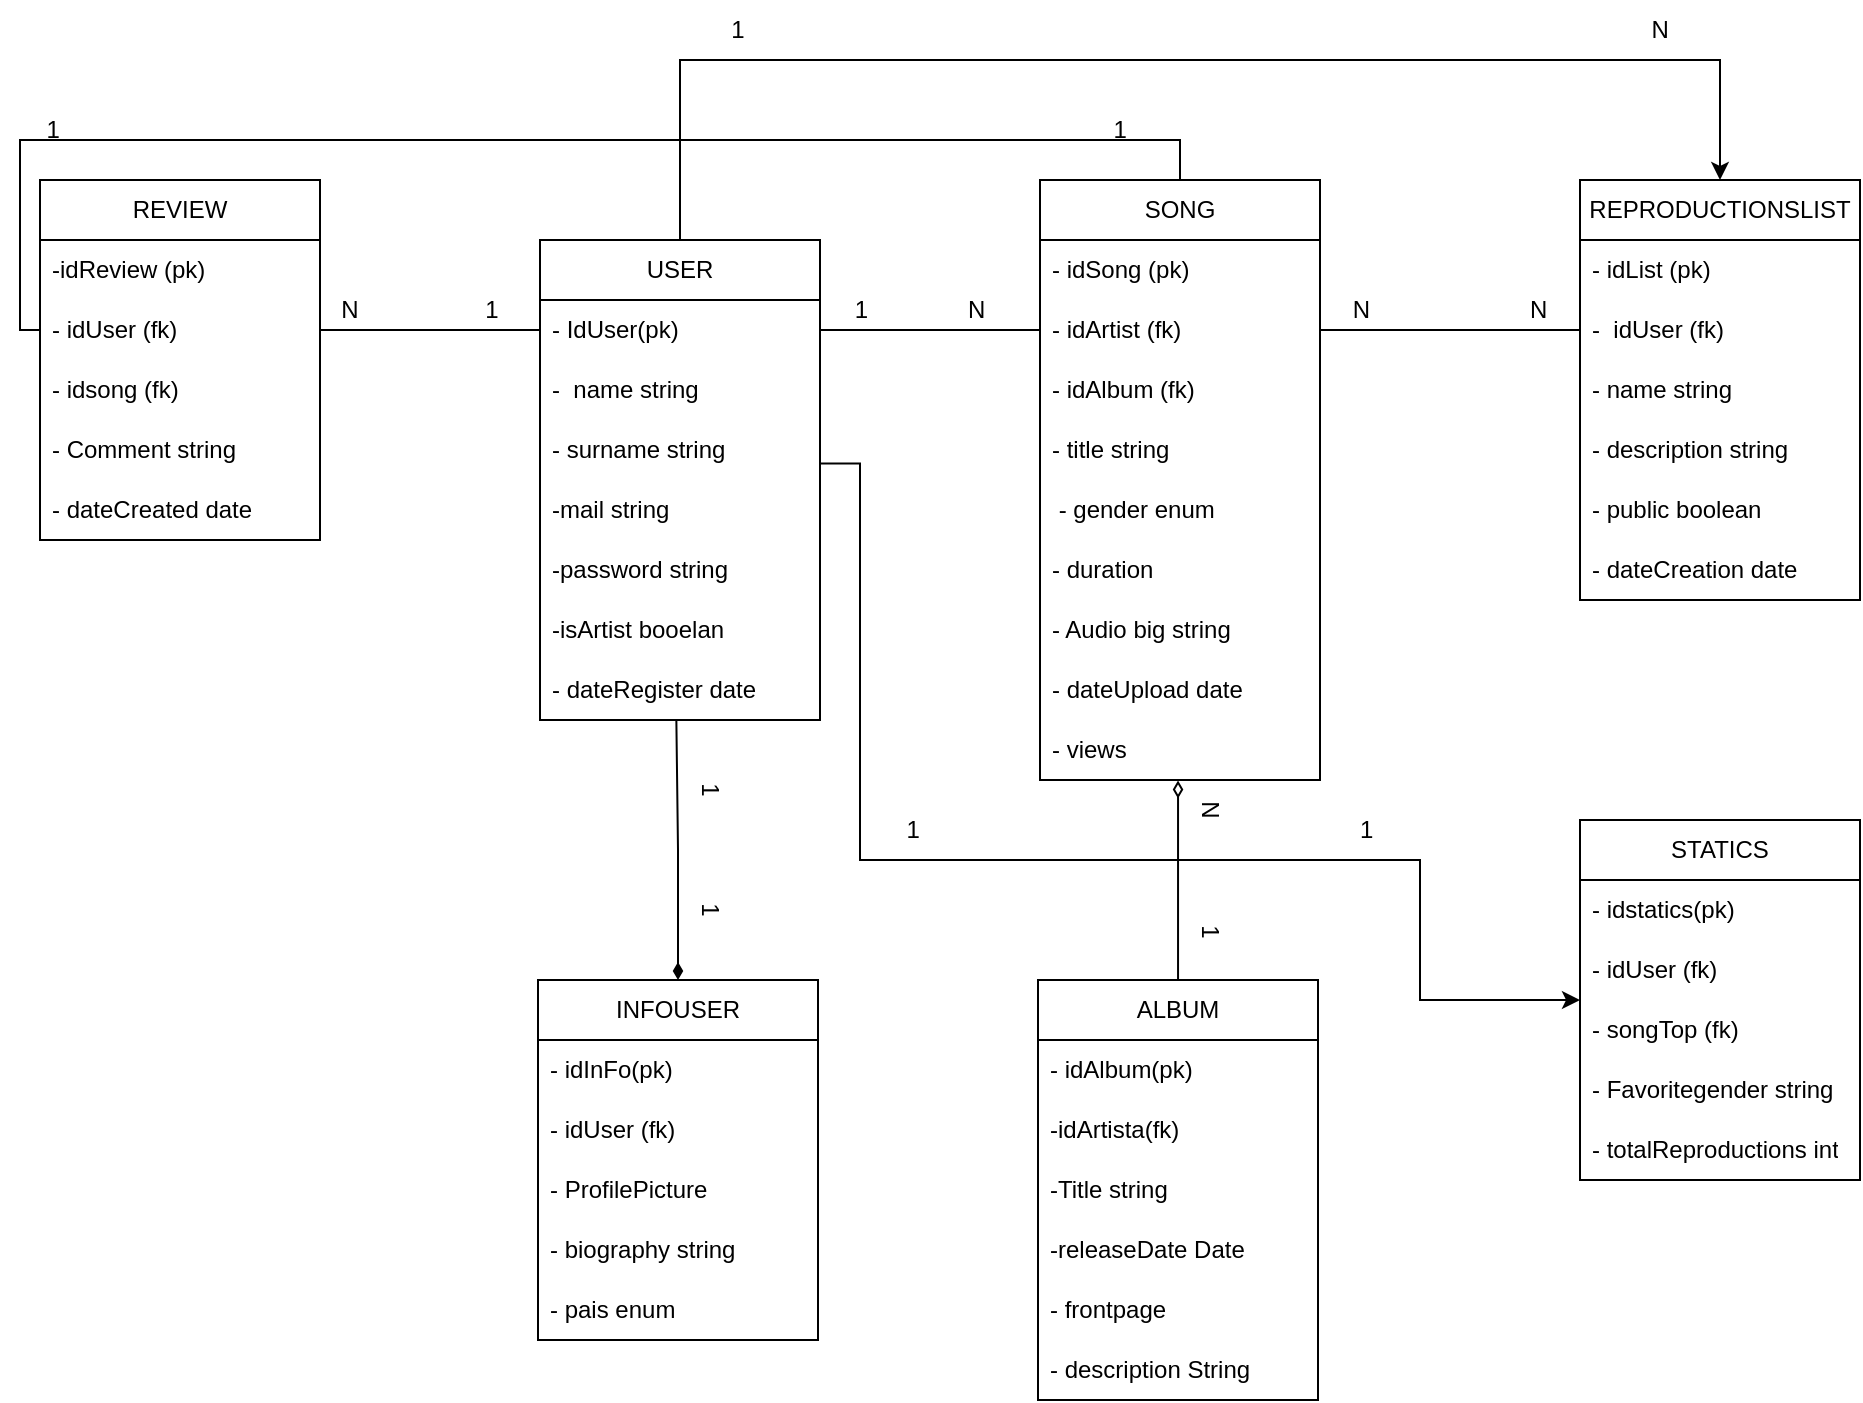
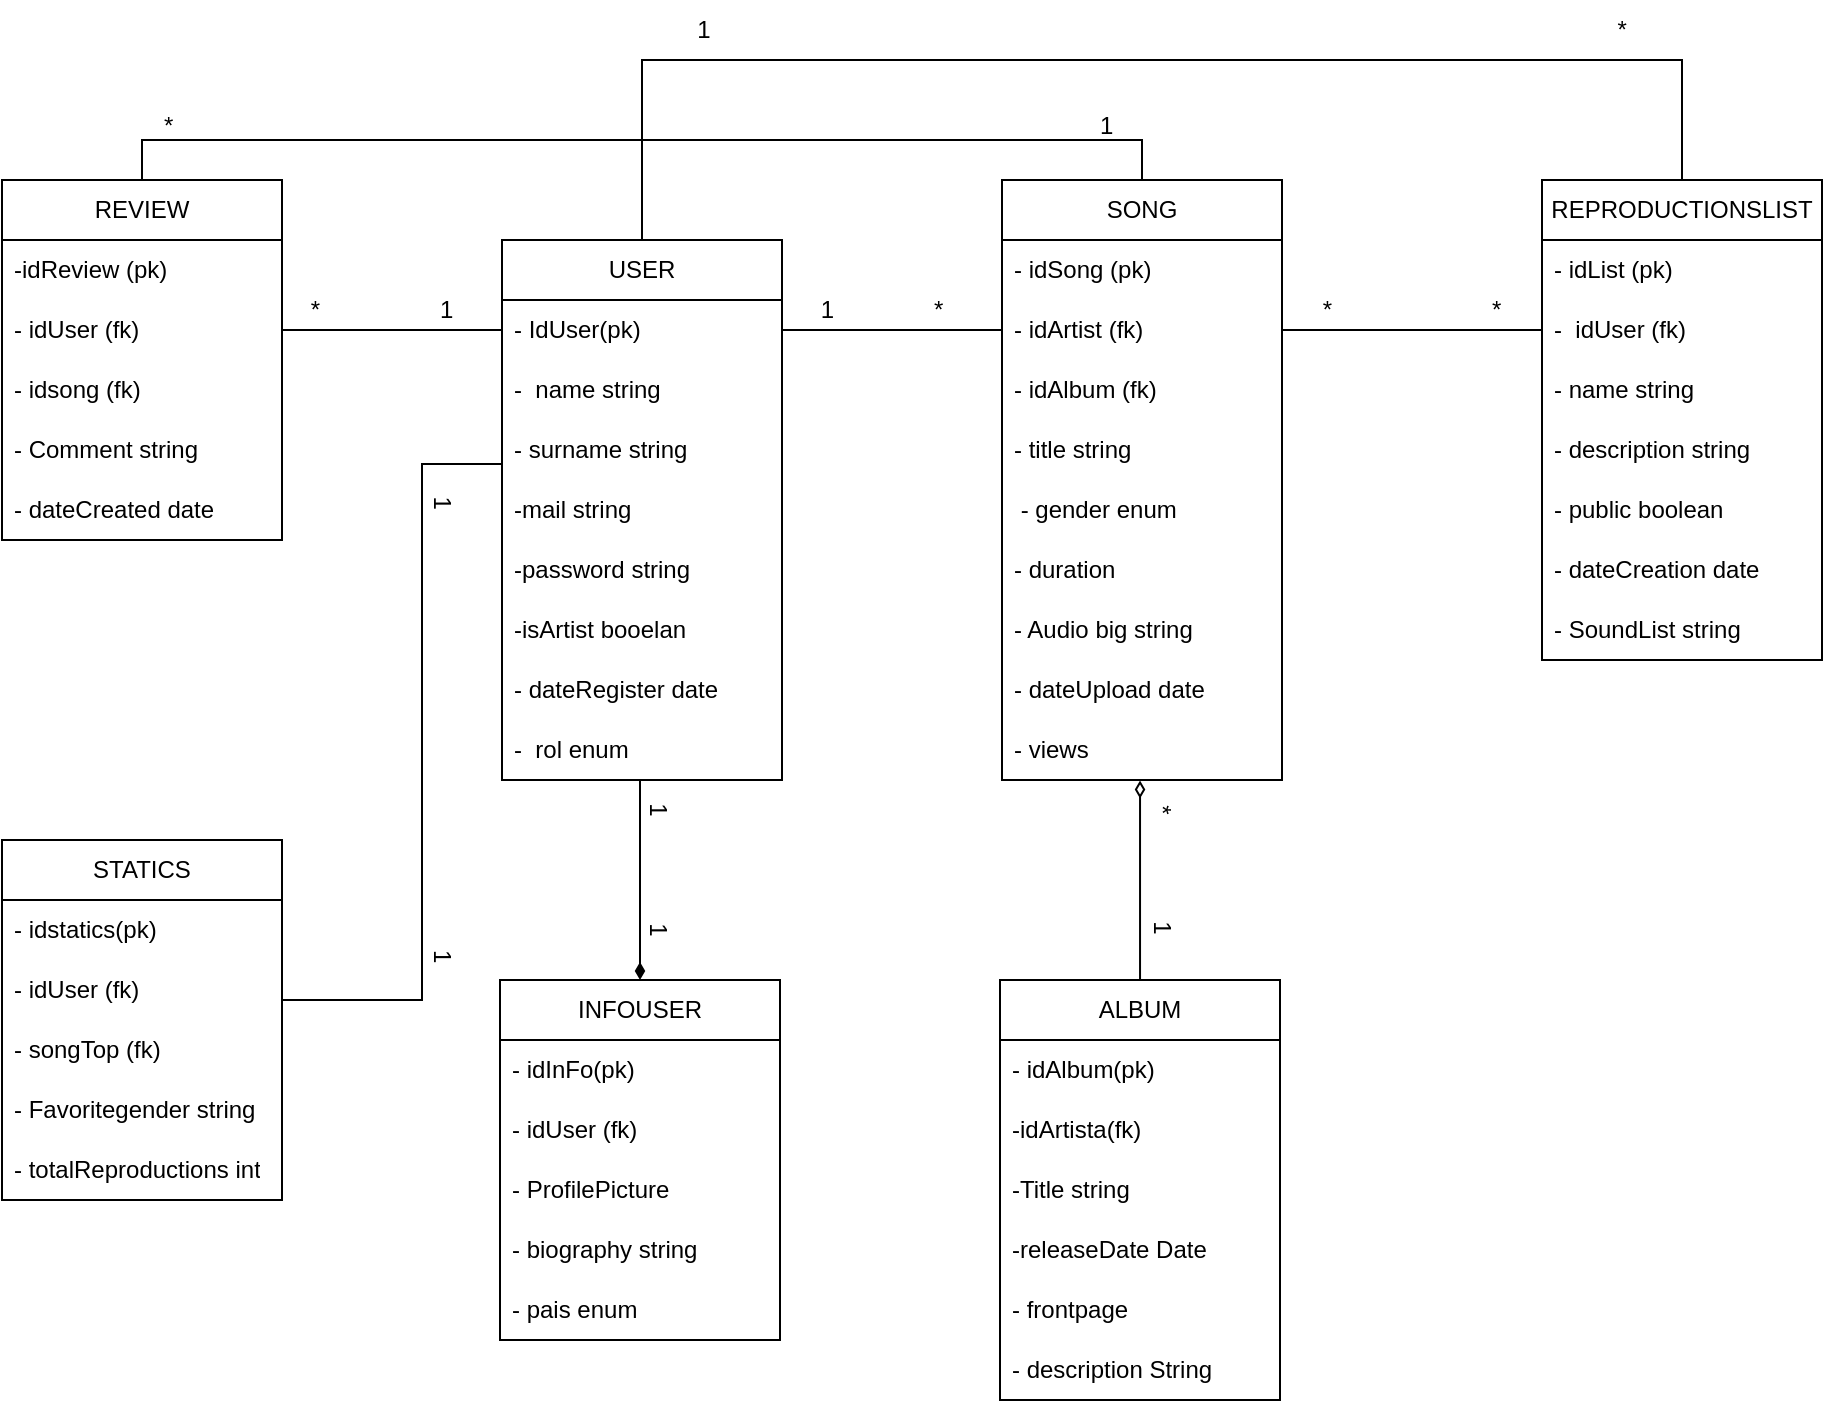
<mxfile host="app.diagrams.net">
  <diagram name="Página-1" id="IFowCD6b-9v4pJWhxhe2">
-     <mxGraphModel dx="3055" dy="2323" grid="1" gridSize="10" guides="1" tooltips="1" connect="1" arrows="1" fold="1" page="1" pageScale="1" pageWidth="827" pageHeight="1169" math="0" shadow="0">
+     <mxGraphModel dx="2405" dy="1987" grid="1" gridSize="10" guides="1" tooltips="1" connect="1" arrows="1" fold="1" page="1" pageScale="1" pageWidth="827" pageHeight="1169" math="0" shadow="0">
      <root>
        <mxCell id="0" />
        <mxCell id="1" parent="0" />
-         <mxCell id="3_5nxueGWUal9s6jtsgR-3" edge="1" parent="1" source="vSDs07a0KQLIDE2VfkgZ-1" style="edgeStyle=orthogonalEdgeStyle;rounded=0;orthogonalLoop=1;jettySize=auto;html=1;entryX=0.5;entryY=0;entryDx=0;entryDy=0;" target="vSDs07a0KQLIDE2VfkgZ-9">
+         <mxCell id="3_5nxueGWUal9s6jtsgR-3" edge="1" parent="1" source="vSDs07a0KQLIDE2VfkgZ-1" style="edgeStyle=orthogonalEdgeStyle;rounded=0;orthogonalLoop=1;jettySize=auto;html=1;entryX=0.5;entryY=0;entryDx=0;entryDy=0;endArrow=none;endFill=0;" target="vSDs07a0KQLIDE2VfkgZ-9">
          <mxGeometry relative="1" as="geometry">
            <Array as="points">
              <mxPoint x="110" y="-30" />
              <mxPoint x="630" y="-30" />
            </Array>
          </mxGeometry>
        </mxCell>
        <mxCell id="vSDs07a0KQLIDE2VfkgZ-1" parent="1" style="swimlane;fontStyle=0;childLayout=stackLayout;horizontal=1;startSize=30;horizontalStack=0;resizeParent=1;resizeParentMax=0;resizeLast=0;collapsible=1;marginBottom=0;whiteSpace=wrap;html=1;" value="USER" vertex="1">
-           <mxGeometry height="240" width="140" x="40" y="60" as="geometry" />
+           <mxGeometry height="270" width="140" x="40" y="60" as="geometry" />
        </mxCell>
        <mxCell id="vSDs07a0KQLIDE2VfkgZ-2" parent="vSDs07a0KQLIDE2VfkgZ-1" style="text;strokeColor=none;fillColor=none;align=left;verticalAlign=middle;spacingLeft=4;spacingRight=4;overflow=hidden;points=[[0,0.5],[1,0.5]];portConstraint=eastwest;rotatable=0;whiteSpace=wrap;html=1;" value="- IdUser(pk)" vertex="1">
          <mxGeometry height="30" width="140" y="30" as="geometry" />
        </mxCell>
        <mxCell id="vSDs07a0KQLIDE2VfkgZ-3" parent="vSDs07a0KQLIDE2VfkgZ-1" style="text;strokeColor=none;fillColor=none;align=left;verticalAlign=middle;spacingLeft=4;spacingRight=4;overflow=hidden;points=[[0,0.5],[1,0.5]];portConstraint=eastwest;rotatable=0;whiteSpace=wrap;html=1;" value="-&amp;nbsp; name string" vertex="1">
          <mxGeometry height="30" width="140" y="60" as="geometry" />
        </mxCell>
        <mxCell id="vSDs07a0KQLIDE2VfkgZ-4" parent="vSDs07a0KQLIDE2VfkgZ-1" style="text;strokeColor=none;fillColor=none;align=left;verticalAlign=middle;spacingLeft=4;spacingRight=4;overflow=hidden;points=[[0,0.5],[1,0.5]];portConstraint=eastwest;rotatable=0;whiteSpace=wrap;html=1;" value="- surname string" vertex="1">
          <mxGeometry height="30" width="140" y="90" as="geometry" />
        </mxCell>
        <mxCell id="vSDs07a0KQLIDE2VfkgZ-17" parent="vSDs07a0KQLIDE2VfkgZ-1" style="text;strokeColor=none;fillColor=none;align=left;verticalAlign=middle;spacingLeft=4;spacingRight=4;overflow=hidden;points=[[0,0.5],[1,0.5]];portConstraint=eastwest;rotatable=0;whiteSpace=wrap;html=1;" value="-mail string" vertex="1">
          <mxGeometry height="30" width="140" y="120" as="geometry" />
        </mxCell>
        <mxCell id="vSDs07a0KQLIDE2VfkgZ-18" parent="vSDs07a0KQLIDE2VfkgZ-1" style="text;strokeColor=none;fillColor=none;align=left;verticalAlign=middle;spacingLeft=4;spacingRight=4;overflow=hidden;points=[[0,0.5],[1,0.5]];portConstraint=eastwest;rotatable=0;whiteSpace=wrap;html=1;" value="-password string" vertex="1">
          <mxGeometry height="30" width="140" y="150" as="geometry" />
        </mxCell>
        <mxCell id="vSDs07a0KQLIDE2VfkgZ-19" parent="vSDs07a0KQLIDE2VfkgZ-1" style="text;strokeColor=none;fillColor=none;align=left;verticalAlign=middle;spacingLeft=4;spacingRight=4;overflow=hidden;points=[[0,0.5],[1,0.5]];portConstraint=eastwest;rotatable=0;whiteSpace=wrap;html=1;" value="-isArtist booelan" vertex="1">
          <mxGeometry height="30" width="140" y="180" as="geometry" />
        </mxCell>
        <mxCell id="vSDs07a0KQLIDE2VfkgZ-20" parent="vSDs07a0KQLIDE2VfkgZ-1" style="text;strokeColor=none;fillColor=none;align=left;verticalAlign=middle;spacingLeft=4;spacingRight=4;overflow=hidden;points=[[0,0.5],[1,0.5]];portConstraint=eastwest;rotatable=0;whiteSpace=wrap;html=1;" value="- dateRegister date" vertex="1">
          <mxGeometry height="30" width="140" y="210" as="geometry" />
        </mxCell>
+         <mxCell id="3_5nxueGWUal9s6jtsgR-13" parent="vSDs07a0KQLIDE2VfkgZ-1" style="text;strokeColor=none;fillColor=none;align=left;verticalAlign=middle;spacingLeft=4;spacingRight=4;overflow=hidden;points=[[0,0.5],[1,0.5]];portConstraint=eastwest;rotatable=0;whiteSpace=wrap;html=1;" value="-&amp;nbsp; rol enum" vertex="1">
+           <mxGeometry height="30" width="140" y="240" as="geometry" />
+         </mxCell>
        <mxCell id="vSDs07a0KQLIDE2VfkgZ-5" parent="1" style="swimlane;fontStyle=0;childLayout=stackLayout;horizontal=1;startSize=30;horizontalStack=0;resizeParent=1;resizeParentMax=0;resizeLast=0;collapsible=1;marginBottom=0;whiteSpace=wrap;html=1;" value="STATICS" vertex="1">
-           <mxGeometry height="180" width="140" x="560" y="350" as="geometry" />
+           <mxGeometry height="180" width="140" x="-210" y="360" as="geometry" />
        </mxCell>
        <mxCell id="vSDs07a0KQLIDE2VfkgZ-6" parent="vSDs07a0KQLIDE2VfkgZ-5" style="text;strokeColor=none;fillColor=none;align=left;verticalAlign=middle;spacingLeft=4;spacingRight=4;overflow=hidden;points=[[0,0.5],[1,0.5]];portConstraint=eastwest;rotatable=0;whiteSpace=wrap;html=1;" value="- idstatics(pk)" vertex="1">
          <mxGeometry height="30" width="140" y="30" as="geometry" />
        </mxCell>
        <mxCell id="vSDs07a0KQLIDE2VfkgZ-7" parent="vSDs07a0KQLIDE2VfkgZ-5" style="text;strokeColor=none;fillColor=none;align=left;verticalAlign=middle;spacingLeft=4;spacingRight=4;overflow=hidden;points=[[0,0.5],[1,0.5]];portConstraint=eastwest;rotatable=0;whiteSpace=wrap;html=1;" value="- idUser (fk)" vertex="1">
          <mxGeometry height="30" width="140" y="60" as="geometry" />
        </mxCell>
        <mxCell id="vSDs07a0KQLIDE2VfkgZ-8" parent="vSDs07a0KQLIDE2VfkgZ-5" style="text;strokeColor=none;fillColor=none;align=left;verticalAlign=middle;spacingLeft=4;spacingRight=4;overflow=hidden;points=[[0,0.5],[1,0.5]];portConstraint=eastwest;rotatable=0;whiteSpace=wrap;html=1;" value="- songTop (fk)" vertex="1">
          <mxGeometry height="30" width="140" y="90" as="geometry" />
        </mxCell>
        <mxCell id="vSDs07a0KQLIDE2VfkgZ-49" parent="vSDs07a0KQLIDE2VfkgZ-5" style="text;strokeColor=none;fillColor=none;align=left;verticalAlign=middle;spacingLeft=4;spacingRight=4;overflow=hidden;points=[[0,0.5],[1,0.5]];portConstraint=eastwest;rotatable=0;whiteSpace=wrap;html=1;" value="- Favoritegender string" vertex="1">
          <mxGeometry height="30" width="140" y="120" as="geometry" />
        </mxCell>
        <mxCell id="vSDs07a0KQLIDE2VfkgZ-50" parent="vSDs07a0KQLIDE2VfkgZ-5" style="text;strokeColor=none;fillColor=none;align=left;verticalAlign=middle;spacingLeft=4;spacingRight=4;overflow=hidden;points=[[0,0.5],[1,0.5]];portConstraint=eastwest;rotatable=0;whiteSpace=wrap;html=1;" value="- totalReproductions int" vertex="1">
          <mxGeometry height="30" width="140" y="150" as="geometry" />
        </mxCell>
        <mxCell id="vSDs07a0KQLIDE2VfkgZ-9" parent="1" style="swimlane;fontStyle=0;childLayout=stackLayout;horizontal=1;startSize=30;horizontalStack=0;resizeParent=1;resizeParentMax=0;resizeLast=0;collapsible=1;marginBottom=0;whiteSpace=wrap;html=1;" value="REPRODUCTIONSLIST" vertex="1">
-           <mxGeometry height="210" width="140" x="560" y="30" as="geometry" />
+           <mxGeometry height="240" width="140" x="560" y="30" as="geometry" />
        </mxCell>
        <mxCell id="vSDs07a0KQLIDE2VfkgZ-10" parent="vSDs07a0KQLIDE2VfkgZ-9" style="text;strokeColor=none;fillColor=none;align=left;verticalAlign=middle;spacingLeft=4;spacingRight=4;overflow=hidden;points=[[0,0.5],[1,0.5]];portConstraint=eastwest;rotatable=0;whiteSpace=wrap;html=1;" value="- idList (pk)" vertex="1">
          <mxGeometry height="30" width="140" y="30" as="geometry" />
        </mxCell>
        <mxCell id="vSDs07a0KQLIDE2VfkgZ-11" parent="vSDs07a0KQLIDE2VfkgZ-9" style="text;strokeColor=none;fillColor=none;align=left;verticalAlign=middle;spacingLeft=4;spacingRight=4;overflow=hidden;points=[[0,0.5],[1,0.5]];portConstraint=eastwest;rotatable=0;whiteSpace=wrap;html=1;" value="-&amp;nbsp; idUser (fk)" vertex="1">
          <mxGeometry height="30" width="140" y="60" as="geometry" />
        </mxCell>
        <mxCell id="vSDs07a0KQLIDE2VfkgZ-12" parent="vSDs07a0KQLIDE2VfkgZ-9" style="text;strokeColor=none;fillColor=none;align=left;verticalAlign=middle;spacingLeft=4;spacingRight=4;overflow=hidden;points=[[0,0.5],[1,0.5]];portConstraint=eastwest;rotatable=0;whiteSpace=wrap;html=1;" value="- name string" vertex="1">
          <mxGeometry height="30" width="140" y="90" as="geometry" />
        </mxCell>
        <mxCell id="vSDs07a0KQLIDE2VfkgZ-45" parent="vSDs07a0KQLIDE2VfkgZ-9" style="text;strokeColor=none;fillColor=none;align=left;verticalAlign=middle;spacingLeft=4;spacingRight=4;overflow=hidden;points=[[0,0.5],[1,0.5]];portConstraint=eastwest;rotatable=0;whiteSpace=wrap;html=1;" value="- description string" vertex="1">
          <mxGeometry height="30" width="140" y="120" as="geometry" />
        </mxCell>
        <mxCell id="vSDs07a0KQLIDE2VfkgZ-46" parent="vSDs07a0KQLIDE2VfkgZ-9" style="text;strokeColor=none;fillColor=none;align=left;verticalAlign=middle;spacingLeft=4;spacingRight=4;overflow=hidden;points=[[0,0.5],[1,0.5]];portConstraint=eastwest;rotatable=0;whiteSpace=wrap;html=1;" value="- public boolean" vertex="1">
          <mxGeometry height="30" width="140" y="150" as="geometry" />
        </mxCell>
        <mxCell id="vSDs07a0KQLIDE2VfkgZ-47" parent="vSDs07a0KQLIDE2VfkgZ-9" style="text;strokeColor=none;fillColor=none;align=left;verticalAlign=middle;spacingLeft=4;spacingRight=4;overflow=hidden;points=[[0,0.5],[1,0.5]];portConstraint=eastwest;rotatable=0;whiteSpace=wrap;html=1;" value="- dateCreation date" vertex="1">
          <mxGeometry height="30" width="140" y="180" as="geometry" />
+         </mxCell>
+         <mxCell id="vSDs07a0KQLIDE2VfkgZ-75" parent="vSDs07a0KQLIDE2VfkgZ-9" style="text;strokeColor=none;fillColor=none;align=left;verticalAlign=middle;spacingLeft=4;spacingRight=4;overflow=hidden;points=[[0,0.5],[1,0.5]];portConstraint=eastwest;rotatable=0;whiteSpace=wrap;html=1;" value="- SoundList string" vertex="1">
+           <mxGeometry height="30" width="140" y="210" as="geometry" />
        </mxCell>
        <mxCell id="vSDs07a0KQLIDE2VfkgZ-13" parent="1" style="swimlane;fontStyle=0;childLayout=stackLayout;horizontal=1;startSize=30;horizontalStack=0;resizeParent=1;resizeParentMax=0;resizeLast=0;collapsible=1;marginBottom=0;whiteSpace=wrap;html=1;" value="SONG" vertex="1">
          <mxGeometry height="300" width="140" x="290" y="30" as="geometry" />
        </mxCell>
        <mxCell id="vSDs07a0KQLIDE2VfkgZ-14" parent="vSDs07a0KQLIDE2VfkgZ-13" style="text;strokeColor=none;fillColor=none;align=left;verticalAlign=middle;spacingLeft=4;spacingRight=4;overflow=hidden;points=[[0,0.5],[1,0.5]];portConstraint=eastwest;rotatable=0;whiteSpace=wrap;html=1;" value="- idSong (pk)" vertex="1">
          <mxGeometry height="30" width="140" y="30" as="geometry" />
        </mxCell>
        <mxCell id="vSDs07a0KQLIDE2VfkgZ-15" parent="vSDs07a0KQLIDE2VfkgZ-13" style="text;strokeColor=none;fillColor=none;align=left;verticalAlign=middle;spacingLeft=4;spacingRight=4;overflow=hidden;points=[[0,0.5],[1,0.5]];portConstraint=eastwest;rotatable=0;whiteSpace=wrap;html=1;" value="- idArtist (fk)" vertex="1">
          <mxGeometry height="30" width="140" y="60" as="geometry" />
        </mxCell>
        <mxCell id="vSDs07a0KQLIDE2VfkgZ-16" parent="vSDs07a0KQLIDE2VfkgZ-13" style="text;strokeColor=none;fillColor=none;align=left;verticalAlign=middle;spacingLeft=4;spacingRight=4;overflow=hidden;points=[[0,0.5],[1,0.5]];portConstraint=eastwest;rotatable=0;whiteSpace=wrap;html=1;" value="- idAlbum (fk)" vertex="1">
          <mxGeometry height="30" width="140" y="90" as="geometry" />
        </mxCell>
        <mxCell id="vSDs07a0KQLIDE2VfkgZ-29" parent="vSDs07a0KQLIDE2VfkgZ-13" style="text;strokeColor=none;fillColor=none;align=left;verticalAlign=middle;spacingLeft=4;spacingRight=4;overflow=hidden;points=[[0,0.5],[1,0.5]];portConstraint=eastwest;rotatable=0;whiteSpace=wrap;html=1;" value="- title string" vertex="1">
          <mxGeometry height="30" width="140" y="120" as="geometry" />
        </mxCell>
        <mxCell id="vSDs07a0KQLIDE2VfkgZ-30" parent="vSDs07a0KQLIDE2VfkgZ-13" style="text;strokeColor=none;fillColor=none;align=left;verticalAlign=middle;spacingLeft=4;spacingRight=4;overflow=hidden;points=[[0,0.5],[1,0.5]];portConstraint=eastwest;rotatable=0;whiteSpace=wrap;html=1;" value="&amp;nbsp;- gender enum" vertex="1">
          <mxGeometry height="30" width="140" y="150" as="geometry" />
        </mxCell>
        <mxCell id="vSDs07a0KQLIDE2VfkgZ-31" parent="vSDs07a0KQLIDE2VfkgZ-13" style="text;strokeColor=none;fillColor=none;align=left;verticalAlign=middle;spacingLeft=4;spacingRight=4;overflow=hidden;points=[[0,0.5],[1,0.5]];portConstraint=eastwest;rotatable=0;whiteSpace=wrap;html=1;" value="- duration" vertex="1">
          <mxGeometry height="30" width="140" y="180" as="geometry" />
        </mxCell>
        <mxCell id="vSDs07a0KQLIDE2VfkgZ-32" parent="vSDs07a0KQLIDE2VfkgZ-13" style="text;strokeColor=none;fillColor=none;align=left;verticalAlign=middle;spacingLeft=4;spacingRight=4;overflow=hidden;points=[[0,0.5],[1,0.5]];portConstraint=eastwest;rotatable=0;whiteSpace=wrap;html=1;" value="- Audio big string" vertex="1">
          <mxGeometry height="30" width="140" y="210" as="geometry" />
        </mxCell>
        <mxCell id="vSDs07a0KQLIDE2VfkgZ-33" parent="vSDs07a0KQLIDE2VfkgZ-13" style="text;strokeColor=none;fillColor=none;align=left;verticalAlign=middle;spacingLeft=4;spacingRight=4;overflow=hidden;points=[[0,0.5],[1,0.5]];portConstraint=eastwest;rotatable=0;whiteSpace=wrap;html=1;" value="- dateUpload date" vertex="1">
          <mxGeometry height="30" width="140" y="240" as="geometry" />
        </mxCell>
        <mxCell id="vSDs07a0KQLIDE2VfkgZ-43" parent="vSDs07a0KQLIDE2VfkgZ-13" style="text;strokeColor=none;fillColor=none;align=left;verticalAlign=middle;spacingLeft=4;spacingRight=4;overflow=hidden;points=[[0,0.5],[1,0.5]];portConstraint=eastwest;rotatable=0;whiteSpace=wrap;html=1;" value="- views" vertex="1">
          <mxGeometry height="30" width="140" y="270" as="geometry" />
        </mxCell>
        <mxCell id="vSDs07a0KQLIDE2VfkgZ-52" parent="1" style="swimlane;fontStyle=0;childLayout=stackLayout;horizontal=1;startSize=30;horizontalStack=0;resizeParent=1;resizeParentMax=0;resizeLast=0;collapsible=1;marginBottom=0;whiteSpace=wrap;html=1;" value="INFOUSER" vertex="1">
          <mxGeometry height="180" width="140" x="39" y="430" as="geometry" />
        </mxCell>
        <mxCell id="vSDs07a0KQLIDE2VfkgZ-53" parent="vSDs07a0KQLIDE2VfkgZ-52" style="text;strokeColor=none;fillColor=none;align=left;verticalAlign=middle;spacingLeft=4;spacingRight=4;overflow=hidden;points=[[0,0.5],[1,0.5]];portConstraint=eastwest;rotatable=0;whiteSpace=wrap;html=1;" value="- idInFo(pk)" vertex="1">
          <mxGeometry height="30" width="140" y="30" as="geometry" />
        </mxCell>
        <mxCell id="vSDs07a0KQLIDE2VfkgZ-54" parent="vSDs07a0KQLIDE2VfkgZ-52" style="text;strokeColor=none;fillColor=none;align=left;verticalAlign=middle;spacingLeft=4;spacingRight=4;overflow=hidden;points=[[0,0.5],[1,0.5]];portConstraint=eastwest;rotatable=0;whiteSpace=wrap;html=1;" value="- idUser (fk)" vertex="1">
          <mxGeometry height="30" width="140" y="60" as="geometry" />
        </mxCell>
        <mxCell id="vSDs07a0KQLIDE2VfkgZ-55" parent="vSDs07a0KQLIDE2VfkgZ-52" style="text;strokeColor=none;fillColor=none;align=left;verticalAlign=middle;spacingLeft=4;spacingRight=4;overflow=hidden;points=[[0,0.5],[1,0.5]];portConstraint=eastwest;rotatable=0;whiteSpace=wrap;html=1;" value="- ProfilePicture" vertex="1">
          <mxGeometry height="30" width="140" y="90" as="geometry" />
        </mxCell>
        <mxCell id="vSDs07a0KQLIDE2VfkgZ-56" parent="vSDs07a0KQLIDE2VfkgZ-52" style="text;strokeColor=none;fillColor=none;align=left;verticalAlign=middle;spacingLeft=4;spacingRight=4;overflow=hidden;points=[[0,0.5],[1,0.5]];portConstraint=eastwest;rotatable=0;whiteSpace=wrap;html=1;" value="- biography string" vertex="1">
          <mxGeometry height="30" width="140" y="120" as="geometry" />
        </mxCell>
        <mxCell id="vSDs07a0KQLIDE2VfkgZ-57" parent="vSDs07a0KQLIDE2VfkgZ-52" style="text;strokeColor=none;fillColor=none;align=left;verticalAlign=middle;spacingLeft=4;spacingRight=4;overflow=hidden;points=[[0,0.5],[1,0.5]];portConstraint=eastwest;rotatable=0;whiteSpace=wrap;html=1;" value="- pais enum" vertex="1">
          <mxGeometry height="30" width="140" y="150" as="geometry" />
        </mxCell>
+         <mxCell id="3_5nxueGWUal9s6jtsgR-10" edge="1" parent="1" source="vSDs07a0KQLIDE2VfkgZ-58" style="edgeStyle=orthogonalEdgeStyle;rounded=0;orthogonalLoop=1;jettySize=auto;html=1;entryX=0.5;entryY=0;entryDx=0;entryDy=0;endArrow=none;endFill=0;" target="vSDs07a0KQLIDE2VfkgZ-13">
+           <mxGeometry relative="1" as="geometry">
+             <Array as="points">
+               <mxPoint x="-140" y="10" />
+               <mxPoint x="360" y="10" />
+             </Array>
+           </mxGeometry>
+         </mxCell>
        <mxCell id="vSDs07a0KQLIDE2VfkgZ-58" parent="1" style="swimlane;fontStyle=0;childLayout=stackLayout;horizontal=1;startSize=30;horizontalStack=0;resizeParent=1;resizeParentMax=0;resizeLast=0;collapsible=1;marginBottom=0;whiteSpace=wrap;html=1;" value="REVIEW" vertex="1">
          <mxGeometry height="180" width="140" x="-210" y="30" as="geometry" />
        </mxCell>
        <mxCell id="vSDs07a0KQLIDE2VfkgZ-59" parent="vSDs07a0KQLIDE2VfkgZ-58" style="text;strokeColor=none;fillColor=none;align=left;verticalAlign=middle;spacingLeft=4;spacingRight=4;overflow=hidden;points=[[0,0.5],[1,0.5]];portConstraint=eastwest;rotatable=0;whiteSpace=wrap;html=1;" value="-idReview (pk)" vertex="1">
          <mxGeometry height="30" width="140" y="30" as="geometry" />
        </mxCell>
        <mxCell id="vSDs07a0KQLIDE2VfkgZ-60" parent="vSDs07a0KQLIDE2VfkgZ-58" style="text;strokeColor=none;fillColor=none;align=left;verticalAlign=middle;spacingLeft=4;spacingRight=4;overflow=hidden;points=[[0,0.5],[1,0.5]];portConstraint=eastwest;rotatable=0;whiteSpace=wrap;html=1;" value="- idUser (fk)" vertex="1">
          <mxGeometry height="30" width="140" y="60" as="geometry" />
        </mxCell>
        <mxCell id="vSDs07a0KQLIDE2VfkgZ-61" parent="vSDs07a0KQLIDE2VfkgZ-58" style="text;strokeColor=none;fillColor=none;align=left;verticalAlign=middle;spacingLeft=4;spacingRight=4;overflow=hidden;points=[[0,0.5],[1,0.5]];portConstraint=eastwest;rotatable=0;whiteSpace=wrap;html=1;" value="- idsong (fk)" vertex="1">
          <mxGeometry height="30" width="140" y="90" as="geometry" />
        </mxCell>
        <mxCell id="vSDs07a0KQLIDE2VfkgZ-62" parent="vSDs07a0KQLIDE2VfkgZ-58" style="text;strokeColor=none;fillColor=none;align=left;verticalAlign=middle;spacingLeft=4;spacingRight=4;overflow=hidden;points=[[0,0.5],[1,0.5]];portConstraint=eastwest;rotatable=0;whiteSpace=wrap;html=1;" value="- Comment string" vertex="1">
          <mxGeometry height="30" width="140" y="120" as="geometry" />
        </mxCell>
        <mxCell id="vSDs07a0KQLIDE2VfkgZ-63" parent="vSDs07a0KQLIDE2VfkgZ-58" style="text;strokeColor=none;fillColor=none;align=left;verticalAlign=middle;spacingLeft=4;spacingRight=4;overflow=hidden;points=[[0,0.5],[1,0.5]];portConstraint=eastwest;rotatable=0;whiteSpace=wrap;html=1;" value="- dateCreated date" vertex="1">
          <mxGeometry height="30" width="140" y="150" as="geometry" />
        </mxCell>
        <mxCell id="vSDs07a0KQLIDE2VfkgZ-65" parent="1" style="swimlane;fontStyle=0;childLayout=stackLayout;horizontal=1;startSize=30;horizontalStack=0;resizeParent=1;resizeParentMax=0;resizeLast=0;collapsible=1;marginBottom=0;whiteSpace=wrap;html=1;" value="ALBUM" vertex="1">
          <mxGeometry height="210" width="140" x="289" y="430" as="geometry" />
        </mxCell>
        <mxCell id="vSDs07a0KQLIDE2VfkgZ-66" parent="vSDs07a0KQLIDE2VfkgZ-65" style="text;strokeColor=none;fillColor=none;align=left;verticalAlign=middle;spacingLeft=4;spacingRight=4;overflow=hidden;points=[[0,0.5],[1,0.5]];portConstraint=eastwest;rotatable=0;whiteSpace=wrap;html=1;" value="- idAlbum(pk)" vertex="1">
          <mxGeometry height="30" width="140" y="30" as="geometry" />
        </mxCell>
        <mxCell id="vSDs07a0KQLIDE2VfkgZ-67" parent="vSDs07a0KQLIDE2VfkgZ-65" style="text;strokeColor=none;fillColor=none;align=left;verticalAlign=middle;spacingLeft=4;spacingRight=4;overflow=hidden;points=[[0,0.5],[1,0.5]];portConstraint=eastwest;rotatable=0;whiteSpace=wrap;html=1;" value="-idArtista(fk)" vertex="1">
          <mxGeometry height="30" width="140" y="60" as="geometry" />
        </mxCell>
        <mxCell id="vSDs07a0KQLIDE2VfkgZ-68" parent="vSDs07a0KQLIDE2VfkgZ-65" style="text;strokeColor=none;fillColor=none;align=left;verticalAlign=middle;spacingLeft=4;spacingRight=4;overflow=hidden;points=[[0,0.5],[1,0.5]];portConstraint=eastwest;rotatable=0;whiteSpace=wrap;html=1;" value="-Title string" vertex="1">
          <mxGeometry height="30" width="140" y="90" as="geometry" />
        </mxCell>
        <mxCell id="vSDs07a0KQLIDE2VfkgZ-69" parent="vSDs07a0KQLIDE2VfkgZ-65" style="text;strokeColor=none;fillColor=none;align=left;verticalAlign=middle;spacingLeft=4;spacingRight=4;overflow=hidden;points=[[0,0.5],[1,0.5]];portConstraint=eastwest;rotatable=0;whiteSpace=wrap;html=1;" value="-releaseDate Date" vertex="1">
          <mxGeometry height="30" width="140" y="120" as="geometry" />
        </mxCell>
        <mxCell id="vSDs07a0KQLIDE2VfkgZ-70" parent="vSDs07a0KQLIDE2VfkgZ-65" style="text;strokeColor=none;fillColor=none;align=left;verticalAlign=middle;spacingLeft=4;spacingRight=4;overflow=hidden;points=[[0,0.5],[1,0.5]];portConstraint=eastwest;rotatable=0;whiteSpace=wrap;html=1;" value="- frontpage" vertex="1">
          <mxGeometry height="30" width="140" y="150" as="geometry" />
        </mxCell>
        <mxCell id="vSDs07a0KQLIDE2VfkgZ-71" parent="vSDs07a0KQLIDE2VfkgZ-65" style="text;strokeColor=none;fillColor=none;align=left;verticalAlign=middle;spacingLeft=4;spacingRight=4;overflow=hidden;points=[[0,0.5],[1,0.5]];portConstraint=eastwest;rotatable=0;whiteSpace=wrap;html=1;" value="- description String" vertex="1">
          <mxGeometry height="30" width="140" y="180" as="geometry" />
        </mxCell>
        <mxCell id="vSDs07a0KQLIDE2VfkgZ-72" edge="1" parent="1" source="vSDs07a0KQLIDE2VfkgZ-2" style="edgeStyle=orthogonalEdgeStyle;rounded=0;orthogonalLoop=1;jettySize=auto;html=1;endArrow=none;endFill=0;" target="vSDs07a0KQLIDE2VfkgZ-15">
          <mxGeometry relative="1" as="geometry" />
        </mxCell>
-         <mxCell id="vSDs07a0KQLIDE2VfkgZ-73" parent="1" style="text;html=1;whiteSpace=wrap;strokeColor=none;fillColor=none;align=center;verticalAlign=middle;rounded=0;" value="1&amp;nbsp; &amp;nbsp; &amp;nbsp; &amp;nbsp; &amp;nbsp; &amp;nbsp; &amp;nbsp; &amp;nbsp;N" vertex="1">
+         <mxCell id="vSDs07a0KQLIDE2VfkgZ-73" parent="1" style="text;html=1;whiteSpace=wrap;strokeColor=none;fillColor=none;align=center;verticalAlign=middle;rounded=0;" value="1&amp;nbsp; &amp;nbsp; &amp;nbsp; &amp;nbsp; &amp;nbsp; &amp;nbsp; &amp;nbsp; &amp;nbsp;*" vertex="1">
          <mxGeometry height="30" width="120" x="170" y="80" as="geometry" />
        </mxCell>
        <mxCell id="vSDs07a0KQLIDE2VfkgZ-74" edge="1" parent="1" source="vSDs07a0KQLIDE2VfkgZ-15" style="edgeStyle=orthogonalEdgeStyle;rounded=0;orthogonalLoop=1;jettySize=auto;html=1;entryX=0;entryY=0.5;entryDx=0;entryDy=0;endArrow=none;endFill=0;" target="vSDs07a0KQLIDE2VfkgZ-11">
          <mxGeometry relative="1" as="geometry" />
        </mxCell>
-         <mxCell id="vSDs07a0KQLIDE2VfkgZ-76" parent="1" style="text;html=1;whiteSpace=wrap;strokeColor=none;fillColor=none;align=center;verticalAlign=middle;rounded=0;" value="N&amp;nbsp; &amp;nbsp; &amp;nbsp; &amp;nbsp; &amp;nbsp; &amp;nbsp; &amp;nbsp; &amp;nbsp; &amp;nbsp; &amp;nbsp; &amp;nbsp; &amp;nbsp; N" vertex="1">
+         <mxCell id="vSDs07a0KQLIDE2VfkgZ-76" parent="1" style="text;html=1;whiteSpace=wrap;strokeColor=none;fillColor=none;align=center;verticalAlign=middle;rounded=0;" value="*&amp;nbsp; &amp;nbsp; &amp;nbsp; &amp;nbsp; &amp;nbsp; &amp;nbsp; &amp;nbsp; &amp;nbsp; &amp;nbsp; &amp;nbsp; &amp;nbsp; &amp;nbsp; *" vertex="1">
          <mxGeometry height="30" width="170" x="410" y="80" as="geometry" />
        </mxCell>
-         <mxCell id="vSDs07a0KQLIDE2VfkgZ-80" edge="1" parent="1" source="vSDs07a0KQLIDE2VfkgZ-52" style="edgeStyle=orthogonalEdgeStyle;rounded=0;orthogonalLoop=1;jettySize=auto;html=1;entryX=0.487;entryY=1.003;entryDx=0;entryDy=0;entryPerimeter=0;endArrow=none;endFill=0;startArrow=diamondThin;startFill=1;" target="vSDs07a0KQLIDE2VfkgZ-20">
-           <mxGeometry relative="1" as="geometry" />
+         <mxCell id="vSDs07a0KQLIDE2VfkgZ-80" edge="1" parent="1" source="vSDs07a0KQLIDE2VfkgZ-52" style="edgeStyle=orthogonalEdgeStyle;rounded=0;orthogonalLoop=1;jettySize=auto;html=1;endArrow=none;endFill=0;startArrow=diamondThin;startFill=1;">
+           <mxGeometry relative="1" as="geometry">
+             <mxPoint x="109" y="330" as="targetPoint" />
+           </mxGeometry>
        </mxCell>
        <mxCell id="vSDs07a0KQLIDE2VfkgZ-81" edge="1" parent="1" source="vSDs07a0KQLIDE2VfkgZ-65" style="edgeStyle=orthogonalEdgeStyle;rounded=0;orthogonalLoop=1;jettySize=auto;html=1;entryX=0.493;entryY=1.009;entryDx=0;entryDy=0;entryPerimeter=0;endArrow=diamondThin;endFill=0;" target="vSDs07a0KQLIDE2VfkgZ-43">
          <mxGeometry relative="1" as="geometry" />
        </mxCell>
        <mxCell id="vSDs07a0KQLIDE2VfkgZ-82" parent="1" style="text;html=1;whiteSpace=wrap;strokeColor=none;fillColor=none;align=center;verticalAlign=middle;rounded=0;rotation=90;" value="1&amp;nbsp; &amp;nbsp; &amp;nbsp; &amp;nbsp; &amp;nbsp; &amp;nbsp; &amp;nbsp; &amp;nbsp; 1" vertex="1">
-           <mxGeometry height="30" width="90" x="80" y="350" as="geometry" />
-         </mxCell>
-         <mxCell id="vSDs07a0KQLIDE2VfkgZ-83" parent="1" style="text;html=1;whiteSpace=wrap;strokeColor=none;fillColor=none;align=center;verticalAlign=middle;rounded=0;rotation=90;" value="N&amp;nbsp; &amp;nbsp; &amp;nbsp; &amp;nbsp; &amp;nbsp; &amp;nbsp; &amp;nbsp; &amp;nbsp; 1" vertex="1">
-           <mxGeometry height="30" width="90" x="330" y="360" as="geometry" />
+           <mxGeometry height="30" width="90" x="73" y="360" as="geometry" />
+         </mxCell>
+         <mxCell id="vSDs07a0KQLIDE2VfkgZ-83" parent="1" style="text;html=1;whiteSpace=wrap;strokeColor=none;fillColor=none;align=center;verticalAlign=middle;rounded=0;rotation=90;" value="*&amp;nbsp; &amp;nbsp; &amp;nbsp; &amp;nbsp; &amp;nbsp; &amp;nbsp; &amp;nbsp; &amp;nbsp; 1" vertex="1">
+           <mxGeometry height="30" width="90" x="325" y="360" as="geometry" />
        </mxCell>
        <mxCell id="vSDs07a0KQLIDE2VfkgZ-85" edge="1" parent="1" source="vSDs07a0KQLIDE2VfkgZ-2" style="edgeStyle=orthogonalEdgeStyle;rounded=0;orthogonalLoop=1;jettySize=auto;html=1;entryX=1;entryY=0.5;entryDx=0;entryDy=0;endArrow=none;endFill=0;" target="vSDs07a0KQLIDE2VfkgZ-60" value="">
          <mxGeometry relative="1" as="geometry" />
        </mxCell>
-         <mxCell id="vSDs07a0KQLIDE2VfkgZ-86" parent="1" style="text;html=1;whiteSpace=wrap;strokeColor=none;fillColor=none;align=center;verticalAlign=middle;rounded=0;" value="N&amp;nbsp; &amp;nbsp; &amp;nbsp; &amp;nbsp; &amp;nbsp; &amp;nbsp; &amp;nbsp; &amp;nbsp; &amp;nbsp; &amp;nbsp;1" vertex="1">
+         <mxCell id="vSDs07a0KQLIDE2VfkgZ-86" parent="1" style="text;html=1;whiteSpace=wrap;strokeColor=none;fillColor=none;align=center;verticalAlign=middle;rounded=0;" value="*&amp;nbsp; &amp;nbsp; &amp;nbsp; &amp;nbsp; &amp;nbsp; &amp;nbsp; &amp;nbsp; &amp;nbsp; &amp;nbsp; 1" vertex="1">
          <mxGeometry height="30" width="120" x="-80" y="80" as="geometry" />
        </mxCell>
-         <mxCell id="3_5nxueGWUal9s6jtsgR-1" edge="1" parent="1" source="vSDs07a0KQLIDE2VfkgZ-60" style="edgeStyle=orthogonalEdgeStyle;rounded=0;orthogonalLoop=1;jettySize=auto;html=1;entryX=0.5;entryY=0;entryDx=0;entryDy=0;endArrow=none;endFill=0;" target="vSDs07a0KQLIDE2VfkgZ-13">
+         <mxCell id="3_5nxueGWUal9s6jtsgR-2" parent="1" style="text;html=1;whiteSpace=wrap;strokeColor=none;fillColor=none;align=center;verticalAlign=middle;rounded=0;" value="*&amp;nbsp; &amp;nbsp; &amp;nbsp; &amp;nbsp; &amp;nbsp; &amp;nbsp; &amp;nbsp; &amp;nbsp; &amp;nbsp; &amp;nbsp; &amp;nbsp; &amp;nbsp; &amp;nbsp; &amp;nbsp; &amp;nbsp; &amp;nbsp; &amp;nbsp; &amp;nbsp; &amp;nbsp; &amp;nbsp; &amp;nbsp; &amp;nbsp; &amp;nbsp; &amp;nbsp; &amp;nbsp; &amp;nbsp; &amp;nbsp; &amp;nbsp; &amp;nbsp; &amp;nbsp; &amp;nbsp; &amp;nbsp; &amp;nbsp; &amp;nbsp; &amp;nbsp; &amp;nbsp; &amp;nbsp; &amp;nbsp; &amp;nbsp; &amp;nbsp; &amp;nbsp; &amp;nbsp; &amp;nbsp; &amp;nbsp; &amp;nbsp; &amp;nbsp; &amp;nbsp; &amp;nbsp; &amp;nbsp; &amp;nbsp; &amp;nbsp; &amp;nbsp; &amp;nbsp; &amp;nbsp; &amp;nbsp; &amp;nbsp; &amp;nbsp; &amp;nbsp; &amp;nbsp; &amp;nbsp; &amp;nbsp; &amp;nbsp; &amp;nbsp; &amp;nbsp; &amp;nbsp; &amp;nbsp; &amp;nbsp; &amp;nbsp; &amp;nbsp; &amp;nbsp;1&amp;nbsp;" vertex="1">
+           <mxGeometry height="30" width="500" x="-140" y="-12" as="geometry" />
+         </mxCell>
+         <mxCell id="3_5nxueGWUal9s6jtsgR-4" parent="1" style="text;html=1;whiteSpace=wrap;strokeColor=none;fillColor=none;align=center;verticalAlign=middle;rounded=0;" value="1&amp;nbsp; &amp;nbsp; &amp;nbsp; &amp;nbsp; &amp;nbsp; &amp;nbsp; &amp;nbsp; &amp;nbsp; &amp;nbsp; &amp;nbsp; &amp;nbsp; &amp;nbsp; &amp;nbsp; &amp;nbsp; &amp;nbsp; &amp;nbsp; &amp;nbsp; &amp;nbsp; &amp;nbsp; &amp;nbsp; &amp;nbsp; &amp;nbsp; &amp;nbsp; &amp;nbsp; &amp;nbsp; &amp;nbsp; &amp;nbsp; &amp;nbsp; &amp;nbsp; &amp;nbsp; &amp;nbsp; &amp;nbsp; &amp;nbsp; &amp;nbsp; &amp;nbsp; &amp;nbsp; &amp;nbsp; &amp;nbsp; &amp;nbsp; &amp;nbsp; &amp;nbsp; &amp;nbsp; &amp;nbsp; &amp;nbsp; &amp;nbsp; &amp;nbsp; &amp;nbsp; &amp;nbsp; &amp;nbsp; &amp;nbsp; &amp;nbsp; &amp;nbsp; &amp;nbsp; &amp;nbsp; &amp;nbsp; &amp;nbsp; &amp;nbsp; &amp;nbsp; &amp;nbsp; &amp;nbsp; &amp;nbsp; &amp;nbsp; &amp;nbsp; &amp;nbsp; &amp;nbsp; &amp;nbsp; &amp;nbsp; &amp;nbsp; *" vertex="1">
+           <mxGeometry height="30" width="500" x="120" y="-60" as="geometry" />
+         </mxCell>
+         <mxCell id="3_5nxueGWUal9s6jtsgR-5" edge="1" parent="1" style="edgeStyle=orthogonalEdgeStyle;rounded=0;orthogonalLoop=1;jettySize=auto;html=1;endArrow=none;endFill=0;" target="vSDs07a0KQLIDE2VfkgZ-5">
          <mxGeometry relative="1" as="geometry">
            <Array as="points">
-               <mxPoint x="-220" y="105" />
-               <mxPoint x="-220" y="10" />
-               <mxPoint x="360" y="10" />
+               <mxPoint y="172" />
+               <mxPoint y="440" />
            </Array>
-           </mxGeometry>
-         </mxCell>
-         <mxCell id="3_5nxueGWUal9s6jtsgR-2" parent="1" style="text;html=1;whiteSpace=wrap;strokeColor=none;fillColor=none;align=center;verticalAlign=middle;rounded=0;" value="1&amp;nbsp; &amp;nbsp; &amp;nbsp; &amp;nbsp; &amp;nbsp; &amp;nbsp; &amp;nbsp; &amp;nbsp; &amp;nbsp; &amp;nbsp; &amp;nbsp; &amp;nbsp; &amp;nbsp; &amp;nbsp; &amp;nbsp; &amp;nbsp; &amp;nbsp; &amp;nbsp; &amp;nbsp; &amp;nbsp; &amp;nbsp; &amp;nbsp; &amp;nbsp; &amp;nbsp; &amp;nbsp; &amp;nbsp; &amp;nbsp; &amp;nbsp; &amp;nbsp; &amp;nbsp; &amp;nbsp; &amp;nbsp; &amp;nbsp; &amp;nbsp; &amp;nbsp; &amp;nbsp; &amp;nbsp; &amp;nbsp; &amp;nbsp; &amp;nbsp; &amp;nbsp; &amp;nbsp; &amp;nbsp; &amp;nbsp; &amp;nbsp; &amp;nbsp; &amp;nbsp; &amp;nbsp; &amp;nbsp; &amp;nbsp; &amp;nbsp; &amp;nbsp; &amp;nbsp; &amp;nbsp; &amp;nbsp; &amp;nbsp; &amp;nbsp; &amp;nbsp; &amp;nbsp; &amp;nbsp; &amp;nbsp; &amp;nbsp; &amp;nbsp; &amp;nbsp; &amp;nbsp; &amp;nbsp; &amp;nbsp; &amp;nbsp; &amp;nbsp; &amp;nbsp; &amp;nbsp; &amp;nbsp; &amp;nbsp; &amp;nbsp; &amp;nbsp; &amp;nbsp; &amp;nbsp; &amp;nbsp; &amp;nbsp; 1&amp;nbsp;" vertex="1">
-           <mxGeometry height="30" width="590" x="-230" y="-10" as="geometry" />
-         </mxCell>
-         <mxCell id="3_5nxueGWUal9s6jtsgR-4" parent="1" style="text;html=1;whiteSpace=wrap;strokeColor=none;fillColor=none;align=center;verticalAlign=middle;rounded=0;" value="1&amp;nbsp; &amp;nbsp; &amp;nbsp; &amp;nbsp; &amp;nbsp; &amp;nbsp; &amp;nbsp; &amp;nbsp; &amp;nbsp; &amp;nbsp; &amp;nbsp; &amp;nbsp; &amp;nbsp; &amp;nbsp; &amp;nbsp; &amp;nbsp; &amp;nbsp; &amp;nbsp; &amp;nbsp; &amp;nbsp; &amp;nbsp; &amp;nbsp; &amp;nbsp; &amp;nbsp; &amp;nbsp; &amp;nbsp; &amp;nbsp; &amp;nbsp; &amp;nbsp; &amp;nbsp; &amp;nbsp; &amp;nbsp; &amp;nbsp; &amp;nbsp; &amp;nbsp; &amp;nbsp; &amp;nbsp; &amp;nbsp; &amp;nbsp; &amp;nbsp; &amp;nbsp; &amp;nbsp; &amp;nbsp; &amp;nbsp; &amp;nbsp; &amp;nbsp; &amp;nbsp; &amp;nbsp; &amp;nbsp; &amp;nbsp; &amp;nbsp; &amp;nbsp; &amp;nbsp; &amp;nbsp; &amp;nbsp; &amp;nbsp; &amp;nbsp; &amp;nbsp; &amp;nbsp; &amp;nbsp; &amp;nbsp; &amp;nbsp; &amp;nbsp; &amp;nbsp; &amp;nbsp; &amp;nbsp; &amp;nbsp; &amp;nbsp; N" vertex="1">
-           <mxGeometry height="30" width="500" x="120" y="-60" as="geometry" />
-         </mxCell>
-         <mxCell id="3_5nxueGWUal9s6jtsgR-5" edge="1" parent="1" source="vSDs07a0KQLIDE2VfkgZ-4" style="edgeStyle=orthogonalEdgeStyle;rounded=0;orthogonalLoop=1;jettySize=auto;html=1;exitX=0.999;exitY=0.726;exitDx=0;exitDy=0;exitPerimeter=0;" target="vSDs07a0KQLIDE2VfkgZ-5">
-           <mxGeometry relative="1" as="geometry">
-             <Array as="points">
-               <mxPoint x="200" y="172" />
-               <mxPoint x="200" y="370" />
-               <mxPoint x="480" y="370" />
-               <mxPoint x="480" y="440" />
-             </Array>
+             <mxPoint x="40" y="172" as="sourcePoint" />
            <mxPoint x="500" y="440" as="targetPoint" />
          </mxGeometry>
        </mxCell>
-         <mxCell id="3_5nxueGWUal9s6jtsgR-7" parent="1" style="text;html=1;whiteSpace=wrap;strokeColor=none;fillColor=none;align=center;verticalAlign=middle;rounded=0;" value="1&amp;nbsp; &amp;nbsp; &amp;nbsp; &amp;nbsp; &amp;nbsp; &amp;nbsp; &amp;nbsp; &amp;nbsp; &amp;nbsp; &amp;nbsp; &amp;nbsp; &amp;nbsp; &amp;nbsp; &amp;nbsp; &amp;nbsp; &amp;nbsp; &amp;nbsp; &amp;nbsp; &amp;nbsp; &amp;nbsp; &amp;nbsp; &amp;nbsp; &amp;nbsp; &amp;nbsp; &amp;nbsp; &amp;nbsp; &amp;nbsp; &amp;nbsp; &amp;nbsp; &amp;nbsp; &amp;nbsp; &amp;nbsp; &amp;nbsp; 1" vertex="1">
-           <mxGeometry height="30" width="240" x="220" y="340" as="geometry" />
+         <mxCell id="3_5nxueGWUal9s6jtsgR-7" parent="1" style="text;html=1;whiteSpace=wrap;strokeColor=none;fillColor=none;align=center;verticalAlign=middle;rounded=0;rotation=90;" value="1&amp;nbsp; &amp;nbsp; &amp;nbsp; &amp;nbsp; &amp;nbsp; &amp;nbsp; &amp;nbsp; &amp;nbsp; &amp;nbsp; &amp;nbsp; &amp;nbsp; &amp;nbsp; &amp;nbsp; &amp;nbsp; &amp;nbsp; &amp;nbsp; &amp;nbsp; &amp;nbsp; &amp;nbsp; &amp;nbsp; &amp;nbsp; &amp;nbsp; &amp;nbsp; &amp;nbsp; &amp;nbsp; &amp;nbsp; &amp;nbsp; &amp;nbsp; &amp;nbsp; &amp;nbsp; &amp;nbsp; &amp;nbsp; &amp;nbsp; 1" vertex="1">
+           <mxGeometry height="30" width="240" x="-110" y="290" as="geometry" />
        </mxCell>
      </root>
    </mxGraphModel>
  </diagram>
</mxfile>
